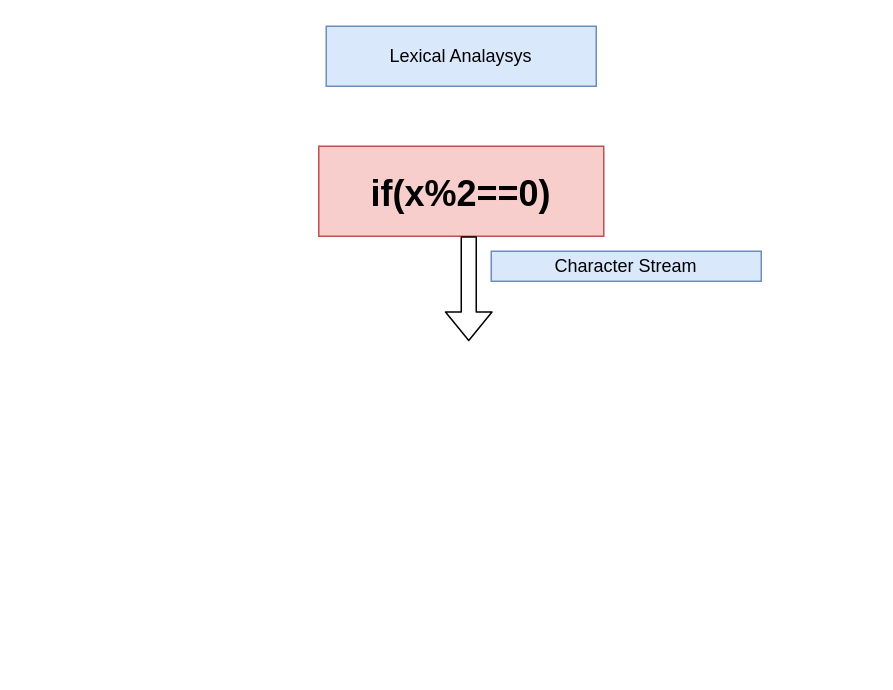
lysiasyahira/DxcAssignment keeps this draw.io diagram as Untitled Diagram.drawio. Above is the earlier version. Source tidied: cells renumbered, new cells numbered last; positions are measured from the earlier drawing's top-left corner, leaving out a move shared by most shapes. Both pictures are drawn from the tidied source at 150%, with x=0, y=0 at pixel (318, 26).
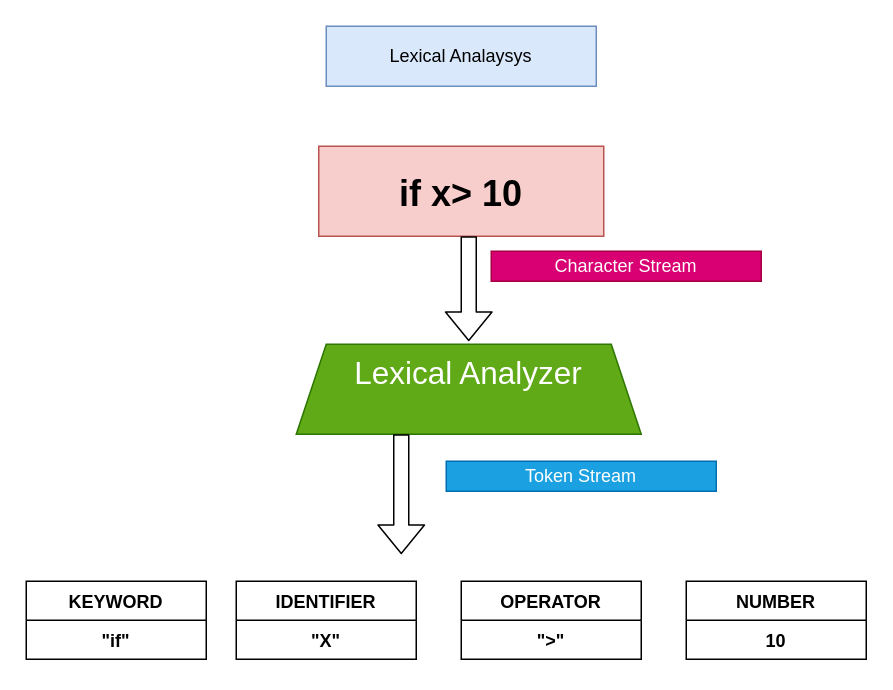
The same page after the edit.

Diff of the diagram source:
```diff
@@
 <mxGraphModel>
   <root>
     <mxCell id="0" />
     <mxCell id="1" parent="0" />
     <mxCell id="2" value="Lexical Analaysys" style="text;html=1;strokeColor=#6c8ebf;fillColor=#dae8fc;align=center;verticalAlign=middle;whiteSpace=wrap;rounded=0;" parent="1" vertex="1">
       <mxGeometry x="5" width="180" height="40" as="geometry" />
     </mxCell>
-    <mxCell id="3" value="&lt;h1&gt;if(x%2==0)&lt;/h1&gt;" style="text;html=1;strokeColor=#b85450;fillColor=#f8cecc;align=center;verticalAlign=middle;whiteSpace=wrap;rounded=0;spacingTop=4;" parent="1" vertex="1">
+    <mxCell id="3" value="&lt;h1&gt;if x&amp;gt; 10&lt;/h1&gt;" style="text;html=1;strokeColor=#b85450;fillColor=#f8cecc;align=center;verticalAlign=middle;whiteSpace=wrap;rounded=0;spacingTop=4;" parent="1" vertex="1">
       <mxGeometry y="80" width="190" height="60" as="geometry" />
     </mxCell>
     <mxCell id="4" style="shape=flexArrow;endArrow=classic;html=1;" parent="1" edge="1">
       <mxGeometry relative="1" as="geometry">
         <mxPoint x="100" y="140" as="sourcePoint" />
         <mxPoint x="100" y="210" as="targetPoint" />
       </mxGeometry>
     </mxCell>
-    <mxCell id="5" value="Character Stream" style="text;html=1;strokeColor=#6c8ebf;fillColor=#dae8fc;align=center;verticalAlign=middle;whiteSpace=wrap;rounded=0;" parent="1" vertex="1">
+    <mxCell id="5" value="Character Stream" style="text;html=1;strokeColor=#A50040;fillColor=#d80073;align=center;verticalAlign=middle;whiteSpace=wrap;rounded=0;fontColor=#ffffff;" parent="1" vertex="1">
       <mxGeometry x="115" y="150" width="180" height="20" as="geometry" />
     </mxCell>
+    <mxCell id="6" value="&lt;font style=&quot;font-size: 21px&quot;&gt;Lexical Analyzer&lt;/font&gt;" style="shape=trapezoid;perimeter=trapezoidPerimeter;whiteSpace=wrap;html=1;fixedSize=1;verticalAlign=top;fillColor=#60a917;strokeColor=#2D7600;fontColor=#ffffff;" parent="1" vertex="1">
+      <mxGeometry x="-15" y="212" width="230" height="60" as="geometry" />
+    </mxCell>
+    <mxCell id="7" value="KEYWORD" style="swimlane;fontStyle=1;horizontal=1;startSize=26;verticalAlign=top;" parent="1" vertex="1">
+      <mxGeometry x="-195" y="370" width="120" height="52" as="geometry" />
+    </mxCell>
+    <mxCell id="8" value="&quot;if&quot;" style="text;strokeColor=none;fillColor=none;align=center;verticalAlign=top;spacingLeft=4;spacingRight=4;overflow=hidden;fontStyle=1;" parent="7" vertex="1">
+      <mxGeometry y="26" width="120" height="26" as="geometry" />
+    </mxCell>
+    <mxCell id="9" value="IDENTIFIER" style="swimlane;fontStyle=1;horizontal=1;startSize=26;verticalAlign=top;" parent="1" vertex="1">
+      <mxGeometry x="-55" y="370" width="120" height="52" as="geometry" />
+    </mxCell>
+    <mxCell id="10" value="&quot;X&quot;" style="text;strokeColor=none;fillColor=none;align=center;verticalAlign=top;spacingLeft=4;spacingRight=4;overflow=hidden;fontStyle=1;" parent="9" vertex="1">
+      <mxGeometry y="26" width="120" height="26" as="geometry" />
+    </mxCell>
+    <mxCell id="11" value="OPERATOR" style="swimlane;fontStyle=1;horizontal=1;startSize=26;verticalAlign=top;" parent="1" vertex="1">
+      <mxGeometry x="95" y="370" width="120" height="52" as="geometry" />
+    </mxCell>
+    <mxCell id="12" value="&quot;&gt;&quot;" style="text;strokeColor=none;fillColor=none;align=center;verticalAlign=top;spacingLeft=4;spacingRight=4;overflow=hidden;fontStyle=1;" parent="11" vertex="1">
+      <mxGeometry y="26" width="120" height="26" as="geometry" />
+    </mxCell>
+    <mxCell id="13" value="NUMBER" style="swimlane;fontStyle=1;horizontal=1;startSize=26;verticalAlign=top;" parent="1" vertex="1">
+      <mxGeometry x="245" y="370" width="120" height="52" as="geometry" />
+    </mxCell>
+    <mxCell id="14" value="10" style="text;strokeColor=none;fillColor=none;align=center;verticalAlign=top;spacingLeft=4;spacingRight=4;overflow=hidden;fontStyle=1;" parent="13" vertex="1">
+      <mxGeometry y="26" width="120" height="26" as="geometry" />
+    </mxCell>
+    <mxCell id="15" style="shape=flexArrow;endArrow=classic;html=1;" parent="1" edge="1">
+      <mxGeometry relative="1" as="geometry">
+        <mxPoint x="55" y="272" as="sourcePoint" />
+        <mxPoint x="55" y="352" as="targetPoint" />
+      </mxGeometry>
+    </mxCell>
+    <mxCell id="16" value="Token Stream" style="text;html=1;strokeColor=#006EAF;fillColor=#1ba1e2;align=center;verticalAlign=middle;whiteSpace=wrap;rounded=0;fontColor=#ffffff;" parent="1" vertex="1">
+      <mxGeometry x="85" y="290" width="180" height="20" as="geometry" />
+    </mxCell>
   </root>
 </mxGraphModel>
```
